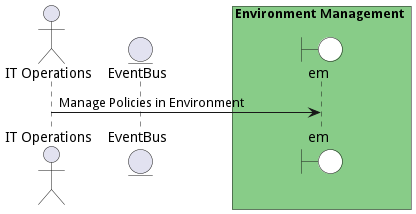
This is docs/edgemere/aml/ds/em/usecases/manageenvironment/ManagePoliciesinEnvironment.png from madajaju/edgemere, a PlantUML export, as it was before one commit. The source it was exported from:
```plantuml
@startuml

actor "IT Operations"


entity EventBus

box Environment Management #88cc88
    boundary em #white
end box



"IT Operations" -> em: Manage Policies in Environment



@enduml
```
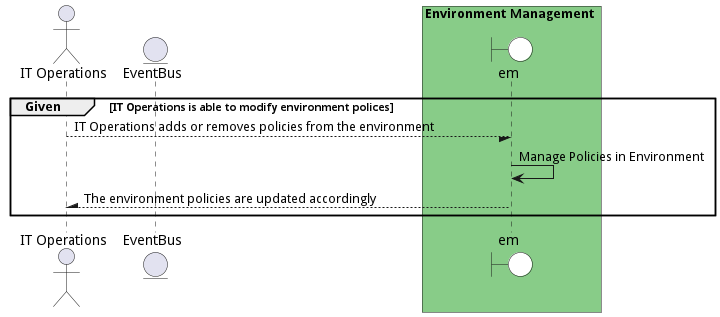
The same file after the commit.

Change to the diagram source:
```diff
@@ -1,4 +1,5 @@
 @startuml
+
 
 actor "IT Operations"
 
@@ -10,9 +11,16 @@
 end box
 
 
+group Given [IT Operations is able to modify environment polices]
 
-"IT Operations" -> em: Manage Policies in Environment
+"IT Operations" --/ em: IT Operations adds or removes policies from the environment
+"em" -> em: Manage Policies in Environment
 
 
 
+"IT Operations" /-- em: The environment policies are updated accordingly
+
+
+end
+
 @enduml
```
